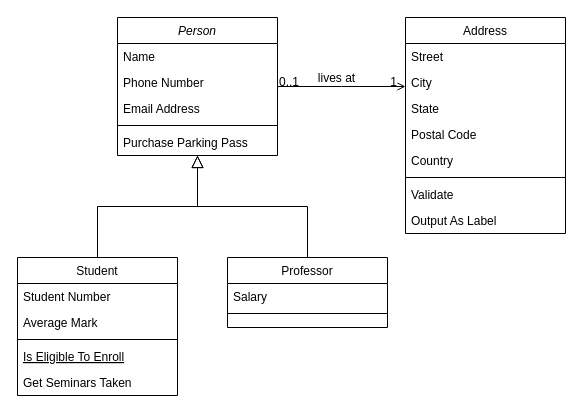
Earlier version of the draw.io diagram rapport/class diagram.drawio (MezianeMaryem/OFDMA). Source tidied: cells renumbered, new cells numbered last; positions are measured from the earlier drawing's top-left corner, leaving out a move shared by most shapes. Both pictures are drawn from the tidied source at 100%, with x=0, y=0 at pixel (17, 17).
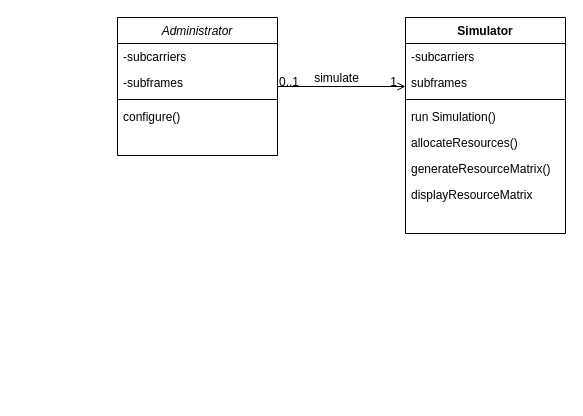
The same diagram, later.

Commit message:
Mettre à jour class diagram.drawio

The change refers to these unchanged cells:
```xml
<mxCell id="28" style="endArrow=open;shadow=0;strokeWidth=1;rounded=0;endFill=1;edgeStyle=elbowEdgeStyle;elbow=vertical;" parent="1" edge="1" source="2" target="19">
  <mxGeometry x="0.5" y="41" relative="1" as="geometry">
    <mxPoint x="-40" y="32" as="offset" />
  </mxGeometry>
</mxCell>
```

The edit, as a diff of the source:
```diff
@@
-    <mxCell id="2" value="Person" style="swimlane;fontStyle=2;align=center;verticalAlign=top;horizontal=1;startSize=26;rounded=0;shadow=0;strokeWidth=1;" parent="1" vertex="1">
+    <mxCell id="2" value="Administrator" style="swimlane;fontStyle=2;align=center;verticalAlign=top;horizontal=1;startSize=26;rounded=0;shadow=0;strokeWidth=1;" parent="1" vertex="1">
       <mxGeometry x="100" width="160" height="138" as="geometry" />
     </mxCell>
-    <mxCell id="3" value="Name" style="text;align=left;verticalAlign=top;spacingLeft=4;spacingRight=4;overflow=hidden;" parent="2" vertex="1">
+    <mxCell id="3" value="-subcarriers" style="text;align=left;verticalAlign=top;spacingLeft=4;spacingRight=4;overflow=hidden;" parent="2" vertex="1">
       <mxGeometry y="26" width="160" height="26" as="geometry" />
     </mxCell>
-    <mxCell id="4" value="Phone Number" style="text;align=left;verticalAlign=top;spacingLeft=4;spacingRight=4;overflow=hidden;rounded=0;shadow=0;html=0;" parent="2" vertex="1">
+    <mxCell id="4" value="-subframes" style="text;align=left;verticalAlign=top;spacingLeft=4;spacingRight=4;overflow=hidden;rounded=0;shadow=0;html=0;" parent="2" vertex="1">
       <mxGeometry y="52" width="160" height="26" as="geometry" />
     </mxCell>
-    <mxCell id="5" value="Email Address" style="text;align=left;verticalAlign=top;spacingLeft=4;spacingRight=4;overflow=hidden;rounded=0;shadow=0;html=0;" parent="2" vertex="1">
-      <mxGeometry y="78" width="160" height="26" as="geometry" />
-    </mxCell>
     <mxCell id="6" style="line;html=1;strokeWidth=1;align=left;verticalAlign=middle;spacingTop=-1;spacingLeft=3;spacingRight=3;labelPosition=right;" parent="2" vertex="1">
-      <mxGeometry y="104" width="160" height="8" as="geometry" />
+      <mxGeometry y="78" width="160" height="8" as="geometry" />
     </mxCell>
-    <mxCell id="7" value="Purchase Parking Pass" style="text;align=left;verticalAlign=top;spacingLeft=4;spacingRight=4;overflow=hidden;" parent="2" vertex="1">
-      <mxGeometry y="112" width="160" height="26" as="geometry" />
+    <mxCell id="7" value="configure()" style="text;align=left;verticalAlign=top;spacingLeft=4;spacingRight=4;overflow=hidden;" parent="2" vertex="1">
+      <mxGeometry y="86" width="160" height="26" as="geometry" />
     </mxCell>
-    <mxCell id="8" value="Student" style="swimlane;fontStyle=0;align=center;verticalAlign=top;horizontal=1;startSize=26;rounded=0;shadow=0;strokeWidth=1;" parent="1" vertex="1">
-      <mxGeometry y="240" width="160" height="138" as="geometry" />
-    </mxCell>
-    <mxCell id="9" value="Student Number" style="text;align=left;verticalAlign=top;spacingLeft=4;spacingRight=4;overflow=hidden;" parent="8" vertex="1">
-      <mxGeometry y="26" width="160" height="26" as="geometry" />
-    </mxCell>
-    <mxCell id="10" value="Average Mark" style="text;align=left;verticalAlign=top;spacingLeft=4;spacingRight=4;overflow=hidden;rounded=0;shadow=0;html=0;" parent="8" vertex="1">
-      <mxGeometry y="52" width="160" height="26" as="geometry" />
-    </mxCell>
-    <mxCell id="11" style="line;html=1;strokeWidth=1;align=left;verticalAlign=middle;spacingTop=-1;spacingLeft=3;spacingRight=3;labelPosition=right;" parent="8" vertex="1">
-      <mxGeometry y="78" width="160" height="8" as="geometry" />
-    </mxCell>
-    <mxCell id="12" value="Is Eligible To Enroll" style="text;align=left;verticalAlign=top;spacingLeft=4;spacingRight=4;overflow=hidden;fontStyle=4;" parent="8" vertex="1">
-      <mxGeometry y="86" width="160" height="26" as="geometry" />
-    </mxCell>
-    <mxCell id="13" value="Get Seminars Taken" style="text;align=left;verticalAlign=top;spacingLeft=4;spacingRight=4;overflow=hidden;" parent="8" vertex="1">
-      <mxGeometry y="112" width="160" height="26" as="geometry" />
-    </mxCell>
-    <mxCell id="14" style="endArrow=block;endSize=10;endFill=0;shadow=0;strokeWidth=1;rounded=0;edgeStyle=elbowEdgeStyle;elbow=vertical;" parent="1" edge="1" source="8" target="2">
-      <mxGeometry relative="1" as="geometry" />
-    </mxCell>
-    <mxCell id="15" value="Professor" style="swimlane;fontStyle=0;align=center;verticalAlign=top;horizontal=1;startSize=26;rounded=0;shadow=0;strokeWidth=1;" parent="1" vertex="1">
-      <mxGeometry x="210" y="240" width="160" height="70" as="geometry" />
-    </mxCell>
-    <mxCell id="16" value="Salary" style="text;align=left;verticalAlign=top;spacingLeft=4;spacingRight=4;overflow=hidden;" parent="15" vertex="1">
-      <mxGeometry y="26" width="160" height="26" as="geometry" />
-    </mxCell>
-    <mxCell id="17" style="line;html=1;strokeWidth=1;align=left;verticalAlign=middle;spacingTop=-1;spacingLeft=3;spacingRight=3;labelPosition=right;" parent="15" vertex="1">
-      <mxGeometry y="52" width="160" height="8" as="geometry" />
-    </mxCell>
-    <mxCell id="18" style="endArrow=block;endSize=10;endFill=0;shadow=0;strokeWidth=1;rounded=0;edgeStyle=elbowEdgeStyle;elbow=vertical;" parent="1" edge="1" source="15" target="2">
-      <mxGeometry relative="1" as="geometry" />
-    </mxCell>
-    <mxCell id="19" value="Address" style="swimlane;fontStyle=0;align=center;verticalAlign=top;horizontal=1;startSize=26;rounded=0;shadow=0;strokeWidth=1;" parent="1" vertex="1">
+    <mxCell id="19" value="Simulator" style="swimlane;fontStyle=1;align=center;verticalAlign=top;horizontal=1;startSize=26;rounded=0;shadow=0;strokeWidth=1;" parent="1" vertex="1">
       <mxGeometry x="388" width="160" height="216" as="geometry" />
     </mxCell>
-    <mxCell id="20" value="Street" style="text;align=left;verticalAlign=top;spacingLeft=4;spacingRight=4;overflow=hidden;" parent="19" vertex="1">
+    <mxCell id="20" value="-subcarriers" style="text;align=left;verticalAlign=top;spacingLeft=4;spacingRight=4;overflow=hidden;" parent="19" vertex="1">
       <mxGeometry y="26" width="160" height="26" as="geometry" />
     </mxCell>
-    <mxCell id="21" value="City" style="text;align=left;verticalAlign=top;spacingLeft=4;spacingRight=4;overflow=hidden;rounded=0;shadow=0;html=0;" parent="19" vertex="1">
+    <mxCell id="21" value="subframes" style="text;align=left;verticalAlign=top;spacingLeft=4;spacingRight=4;overflow=hidden;rounded=0;shadow=0;html=0;" parent="19" vertex="1">
       <mxGeometry y="52" width="160" height="26" as="geometry" />
     </mxCell>
-    <mxCell id="22" value="State" style="text;align=left;verticalAlign=top;spacingLeft=4;spacingRight=4;overflow=hidden;rounded=0;shadow=0;html=0;" parent="19" vertex="1">
-      <mxGeometry y="78" width="160" height="26" as="geometry" />
-    </mxCell>
-    <mxCell id="23" value="Postal Code" style="text;align=left;verticalAlign=top;spacingLeft=4;spacingRight=4;overflow=hidden;rounded=0;shadow=0;html=0;" parent="19" vertex="1">
-      <mxGeometry y="104" width="160" height="26" as="geometry" />
-    </mxCell>
-    <mxCell id="24" value="Country" style="text;align=left;verticalAlign=top;spacingLeft=4;spacingRight=4;overflow=hidden;rounded=0;shadow=0;html=0;" parent="19" vertex="1">
-      <mxGeometry y="130" width="160" height="26" as="geometry" />
-    </mxCell>
     <mxCell id="25" style="line;html=1;strokeWidth=1;align=left;verticalAlign=middle;spacingTop=-1;spacingLeft=3;spacingRight=3;labelPosition=right;" parent="19" vertex="1">
-      <mxGeometry y="156" width="160" height="8" as="geometry" />
+      <mxGeometry y="78" width="160" height="8" as="geometry" />
     </mxCell>
-    <mxCell id="26" value="Validate" style="text;align=left;verticalAlign=top;spacingLeft=4;spacingRight=4;overflow=hidden;" parent="19" vertex="1">
-      <mxGeometry y="164" width="160" height="26" as="geometry" />
+    <mxCell id="26" value="run Simulation()" style="text;align=left;verticalAlign=top;spacingLeft=4;spacingRight=4;overflow=hidden;" parent="19" vertex="1">
+      <mxGeometry y="86" width="160" height="26" as="geometry" />
     </mxCell>
-    <mxCell id="27" value="Output As Label" style="text;align=left;verticalAlign=top;spacingLeft=4;spacingRight=4;overflow=hidden;" parent="19" vertex="1">
-      <mxGeometry y="190" width="160" height="26" as="geometry" />
+    <mxCell id="27" value="allocateResources()" style="text;align=left;verticalAlign=top;spacingLeft=4;spacingRight=4;overflow=hidden;" parent="19" vertex="1">
+      <mxGeometry y="112" width="160" height="26" as="geometry" />
     </mxCell>
+    <mxCell id="32" value="generateResourceMatrix()" style="text;align=left;verticalAlign=top;spacingLeft=4;spacingRight=4;overflow=hidden;" parent="19" vertex="1">
+      <mxGeometry y="138" width="160" height="26" as="geometry" />
+    </mxCell>
+    <mxCell id="33" value="displayResourceMatrix" style="text;align=left;verticalAlign=top;spacingLeft=4;spacingRight=4;overflow=hidden;" parent="19" vertex="1">
+      <mxGeometry y="164" width="160" height="26" as="geometry" />
+    </mxCell>
@@
-    <mxCell id="31" value="lives at" style="text;html=1;align=center;verticalAlign=middle;labelBackgroundColor=none;rounded=0;shadow=0;strokeWidth=1;fontSize=12;" parent="28" vertex="1">
+    <mxCell id="31" value="simulate" style="text;html=1;align=center;verticalAlign=middle;labelBackgroundColor=none;rounded=0;shadow=0;strokeWidth=1;fontSize=12;" parent="28" vertex="1">
       <mxGeometry x="0.5" y="49" relative="1" as="geometry">
         <mxPoint x="-38" y="40" as="offset" />
       </mxGeometry>
     </mxCell>
```
